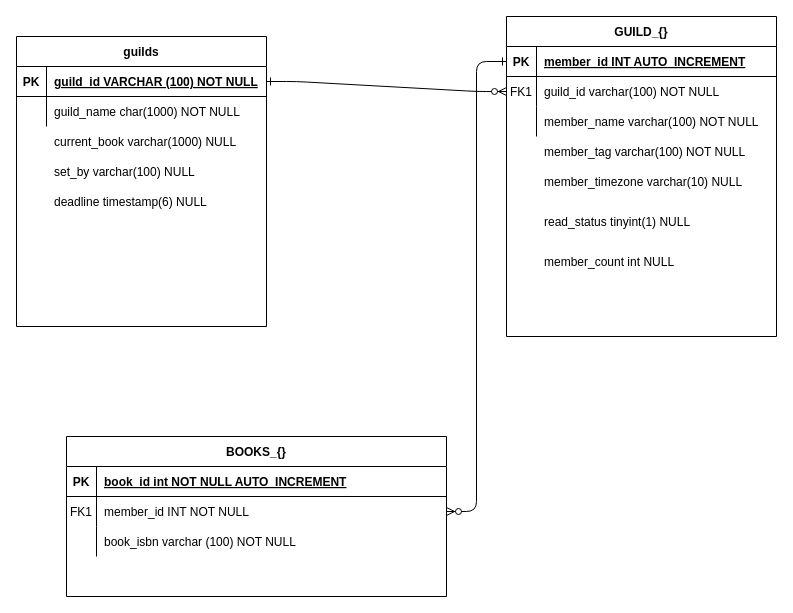
Earlier version of the draw.io diagram code/DB Diagram.drawio (Iqrahaq/BookWorm). Source tidied: cells renumbered, new cells numbered last; positions are measured from the earlier drawing's top-left corner, leaving out a move shared by most shapes. Both pictures are drawn from the tidied source at 100%, with x=0, y=0 at pixel (16, 16).
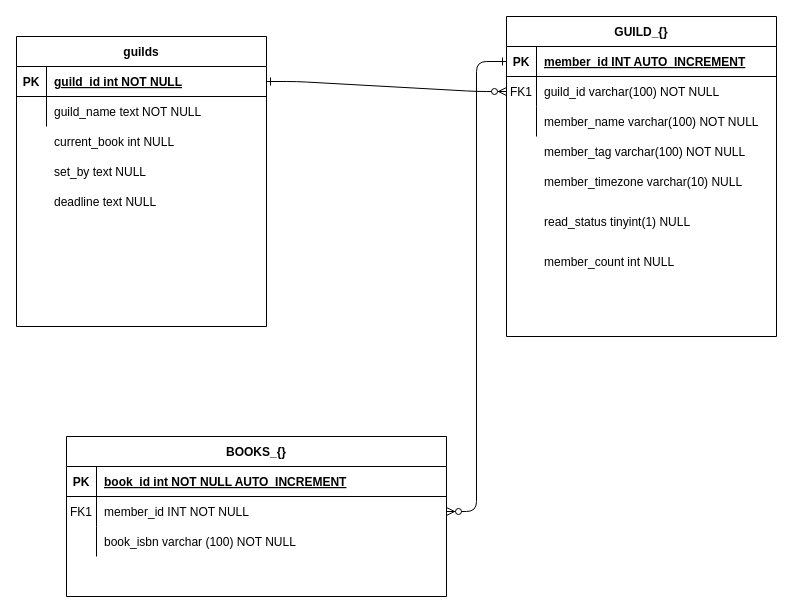
The same page after the edit.

Unchanged cells that the change refers to:
```xml
<mxCell id="5" style="shape=partialRectangle;fillColor=none;points=[[0,0.5],[1,0.5]];portConstraint=eastwest;top=0;left=0;right=0;bottom=1;" parent="4" vertex="1">
  <mxGeometry y="30" width="250" height="30" as="geometry" />
</mxCell>
<mxCell id="8" style="shape=partialRectangle;fillColor=none;top=0;left=0;right=0;bottom=0;" parent="4" vertex="1">
  <mxGeometry y="60" width="250" height="30" as="geometry" />
</mxCell>
<mxCell id="21" style="shape=partialRectangle;fillColor=none;top=0;left=0;right=0;bottom=0;" parent="1" vertex="1">
  <mxGeometry x="30" y="110" width="220" height="30" as="geometry" />
</mxCell>
<mxCell id="24" style="shape=partialRectangle;fillColor=none;top=0;left=0;right=0;bottom=0;" parent="1" vertex="1">
  <mxGeometry x="30" y="140" width="220" height="30" as="geometry" />
</mxCell>
<mxCell id="27" style="shape=partialRectangle;fillColor=none;top=0;left=0;right=0;bottom=0;" parent="1" vertex="1">
  <mxGeometry x="30" y="170" width="220" height="30" as="geometry" />
</mxCell>
```

The edit, as a diff of the source:
```diff
@@
-    <mxCell id="7" value="guild_id VARCHAR (100) NOT NULL " style="shape=partialRectangle;overflow=hidden;fillColor=none;top=0;left=0;bottom=0;right=0;align=left;spacingLeft=6;fontStyle=5;" parent="5" vertex="1">
+    <mxCell id="7" value="guild_id int NOT NULL " style="shape=partialRectangle;overflow=hidden;fillColor=none;top=0;left=0;bottom=0;right=0;align=left;spacingLeft=6;fontStyle=5;" parent="5" vertex="1">
       <mxGeometry x="30" width="220" height="30" as="geometry" />
     </mxCell>
@@
-    <mxCell id="10" value="guild_name char(1000) NOT NULL" style="shape=partialRectangle;overflow=hidden;fillColor=none;top=0;left=0;bottom=0;right=0;align=left;spacingLeft=6;" parent="8" vertex="1">
+    <mxCell id="10" value="guild_name text NOT NULL" style="shape=partialRectangle;overflow=hidden;fillColor=none;top=0;left=0;bottom=0;right=0;align=left;spacingLeft=6;" parent="8" vertex="1">
       <mxGeometry x="30" width="220" height="30" as="geometry" />
     </mxCell>
@@
-    <mxCell id="23" value="current_book varchar(1000) NULL" style="shape=partialRectangle;overflow=hidden;fillColor=none;top=0;left=0;bottom=0;right=0;align=left;spacingLeft=6;" parent="21" vertex="1">
+    <mxCell id="23" value="current_book int NULL" style="shape=partialRectangle;overflow=hidden;fillColor=none;top=0;left=0;bottom=0;right=0;align=left;spacingLeft=6;" parent="21" vertex="1">
       <mxGeometry width="220" height="30" as="geometry" />
     </mxCell>
@@
-    <mxCell id="26" value="set_by varchar(100) NULL" style="shape=partialRectangle;overflow=hidden;fillColor=none;top=0;left=0;bottom=0;right=0;align=left;spacingLeft=6;" parent="24" vertex="1">
+    <mxCell id="26" value="set_by text NULL" style="shape=partialRectangle;overflow=hidden;fillColor=none;top=0;left=0;bottom=0;right=0;align=left;spacingLeft=6;" parent="24" vertex="1">
       <mxGeometry width="220" height="30" as="geometry" />
     </mxCell>
@@
-    <mxCell id="29" value="deadline timestamp(6) NULL" style="shape=partialRectangle;overflow=hidden;fillColor=none;top=0;left=0;bottom=0;right=0;align=left;spacingLeft=6;" parent="27" vertex="1">
+    <mxCell id="29" value="deadline text NULL" style="shape=partialRectangle;overflow=hidden;fillColor=none;top=0;left=0;bottom=0;right=0;align=left;spacingLeft=6;" parent="27" vertex="1">
       <mxGeometry width="220" height="30" as="geometry" />
     </mxCell>
```
